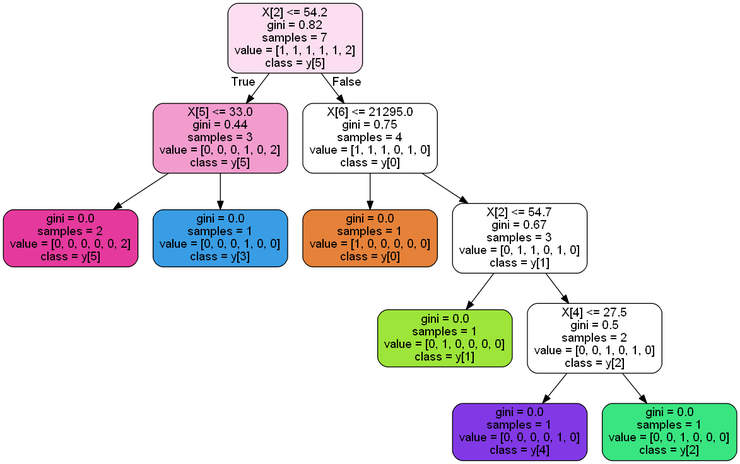
Earlier version of the Graphviz export treerace.png (AndreaDagg/DecisIonCAr). Its source is kept beside it as treerace.dot.
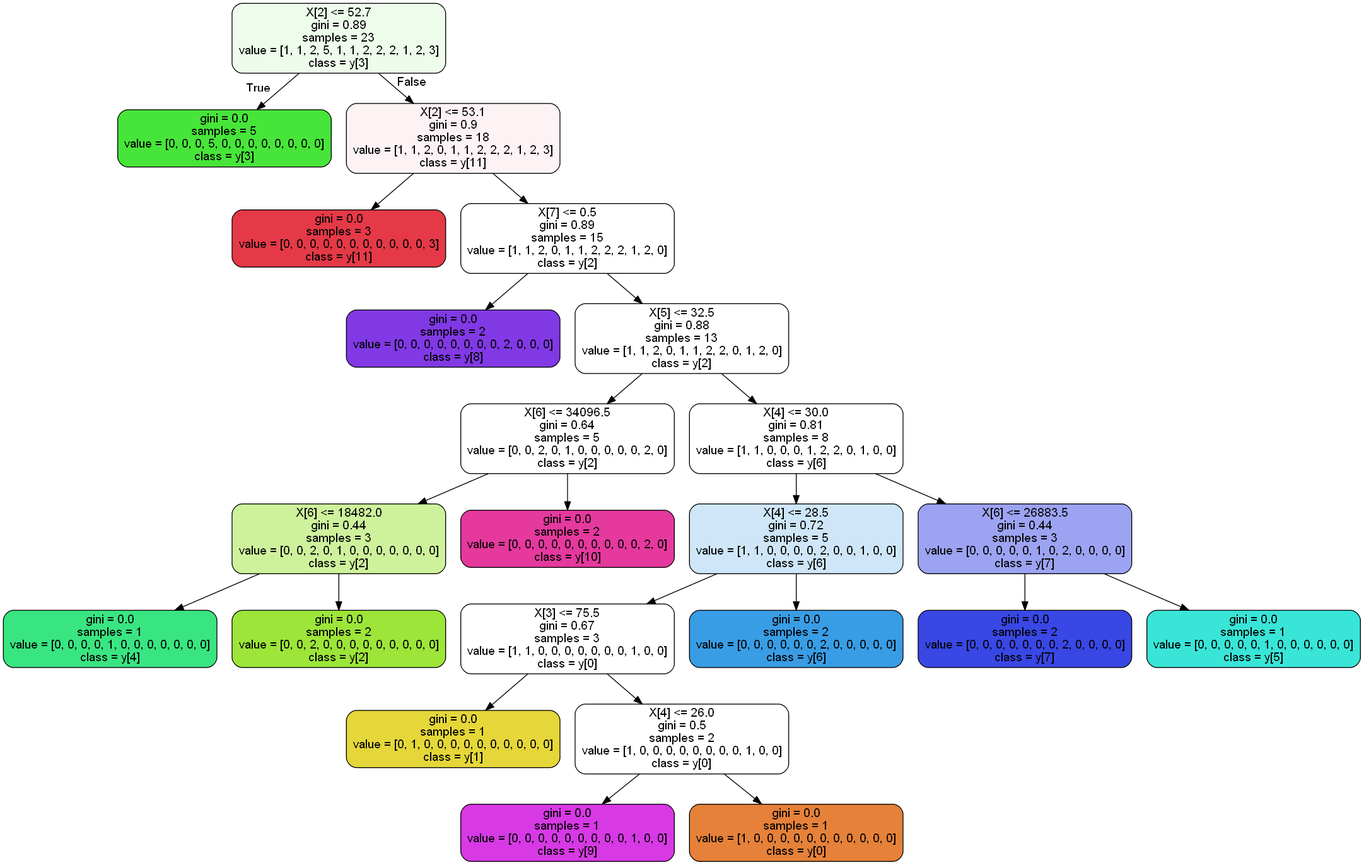
After the commit.

Diff of the diagram source:
```diff
@@ -1,25 +1,49 @@
 digraph Tree {
 node [shape=box, style="filled, rounded", color="black", fontname=helvetica] ;
 edge [fontname=helvetica] ;
-0 [label="X[2] <= 54.2\ngini = 0.82\nsamples = 7\nvalue = [1, 1, 1, 1, 1, 2]\nclass = y[5]", fillcolor="#fbdeef"] ;
-1 [label="X[5] <= 33.0\ngini = 0.44\nsamples = 3\nvalue = [0, 0, 0, 1, 0, 2]\nclass = y[5]", fillcolor="#f29cce"] ;
+0 [label="X[2] <= 52.7\ngini = 0.89\nsamples = 23\nvalue = [1, 1, 2, 5, 1, 1, 2, 2, 2, 1, 2, 3]\nclass = y[3]", fillcolor="#edfceb"] ;
+1 [label="gini = 0.0\nsamples = 5\nvalue = [0, 0, 0, 5, 0, 0, 0, 0, 0, 0, 0, 0]\nclass = y[3]", fillcolor="#47e539"] ;
 0 -> 1 [labeldistance=2.5, labelangle=45, headlabel="True"] ;
-2 [label="gini = 0.0\nsamples = 2\nvalue = [0, 0, 0, 0, 0, 2]\nclass = y[5]", fillcolor="#e5399d"] ;
-1 -> 2 ;
-3 [label="gini = 0.0\nsamples = 1\nvalue = [0, 0, 0, 1, 0, 0]\nclass = y[3]", fillcolor="#399de5"] ;
-1 -> 3 ;
-4 [label="X[6] <= 21295.0\ngini = 0.75\nsamples = 4\nvalue = [1, 1, 1, 0, 1, 0]\nclass = y[0]", fillcolor="#ffffff"] ;
-0 -> 4 [labeldistance=2.5, labelangle=-45, headlabel="False"] ;
-5 [label="gini = 0.0\nsamples = 1\nvalue = [1, 0, 0, 0, 0, 0]\nclass = y[0]", fillcolor="#e58139"] ;
+2 [label="X[2] <= 53.1\ngini = 0.9\nsamples = 18\nvalue = [1, 1, 2, 0, 1, 1, 2, 2, 2, 1, 2, 3]\nclass = y[11]", fillcolor="#fdf3f4"] ;
+0 -> 2 [labeldistance=2.5, labelangle=-45, headlabel="False"] ;
+3 [label="gini = 0.0\nsamples = 3\nvalue = [0, 0, 0, 0, 0, 0, 0, 0, 0, 0, 0, 3]\nclass = y[11]", fillcolor="#e53947"] ;
+2 -> 3 ;
+4 [label="X[7] <= 0.5\ngini = 0.89\nsamples = 15\nvalue = [1, 1, 2, 0, 1, 1, 2, 2, 2, 1, 2, 0]\nclass = y[2]", fillcolor="#ffffff"] ;
+2 -> 4 ;
+5 [label="gini = 0.0\nsamples = 2\nvalue = [0, 0, 0, 0, 0, 0, 0, 0, 2, 0, 0, 0]\nclass = y[8]", fillcolor="#8139e5"] ;
 4 -> 5 ;
-6 [label="X[2] <= 54.7\ngini = 0.67\nsamples = 3\nvalue = [0, 1, 1, 0, 1, 0]\nclass = y[1]", fillcolor="#ffffff"] ;
+6 [label="X[5] <= 32.5\ngini = 0.88\nsamples = 13\nvalue = [1, 1, 2, 0, 1, 1, 2, 2, 0, 1, 2, 0]\nclass = y[2]", fillcolor="#ffffff"] ;
 4 -> 6 ;
-7 [label="gini = 0.0\nsamples = 1\nvalue = [0, 1, 0, 0, 0, 0]\nclass = y[1]", fillcolor="#9de539"] ;
+7 [label="X[6] <= 34096.5\ngini = 0.64\nsamples = 5\nvalue = [0, 0, 2, 0, 1, 0, 0, 0, 0, 0, 2, 0]\nclass = y[2]", fillcolor="#ffffff"] ;
 6 -> 7 ;
-8 [label="X[4] <= 27.5\ngini = 0.5\nsamples = 2\nvalue = [0, 0, 1, 0, 1, 0]\nclass = y[2]", fillcolor="#ffffff"] ;
-6 -> 8 ;
-9 [label="gini = 0.0\nsamples = 1\nvalue = [0, 0, 0, 0, 1, 0]\nclass = y[4]", fillcolor="#8139e5"] ;
+8 [label="X[6] <= 18482.0\ngini = 0.44\nsamples = 3\nvalue = [0, 0, 2, 0, 1, 0, 0, 0, 0, 0, 0, 0]\nclass = y[2]", fillcolor="#cef29c"] ;
+7 -> 8 ;
+9 [label="gini = 0.0\nsamples = 1\nvalue = [0, 0, 0, 0, 1, 0, 0, 0, 0, 0, 0, 0]\nclass = y[4]", fillcolor="#39e581"] ;
 8 -> 9 ;
-10 [label="gini = 0.0\nsamples = 1\nvalue = [0, 0, 1, 0, 0, 0]\nclass = y[2]", fillcolor="#39e581"] ;
+10 [label="gini = 0.0\nsamples = 2\nvalue = [0, 0, 2, 0, 0, 0, 0, 0, 0, 0, 0, 0]\nclass = y[2]", fillcolor="#9de539"] ;
 8 -> 10 ;
+11 [label="gini = 0.0\nsamples = 2\nvalue = [0, 0, 0, 0, 0, 0, 0, 0, 0, 0, 2, 0]\nclass = y[10]", fillcolor="#e5399d"] ;
+7 -> 11 ;
+12 [label="X[4] <= 30.0\ngini = 0.81\nsamples = 8\nvalue = [1, 1, 0, 0, 0, 1, 2, 2, 0, 1, 0, 0]\nclass = y[6]", fillcolor="#ffffff"] ;
+6 -> 12 ;
+13 [label="X[4] <= 28.5\ngini = 0.72\nsamples = 5\nvalue = [1, 1, 0, 0, 0, 0, 2, 0, 0, 1, 0, 0]\nclass = y[6]", fillcolor="#cee6f8"] ;
+12 -> 13 ;
+14 [label="X[3] <= 75.5\ngini = 0.67\nsamples = 3\nvalue = [1, 1, 0, 0, 0, 0, 0, 0, 0, 1, 0, 0]\nclass = y[0]", fillcolor="#ffffff"] ;
+13 -> 14 ;
+15 [label="gini = 0.0\nsamples = 1\nvalue = [0, 1, 0, 0, 0, 0, 0, 0, 0, 0, 0, 0]\nclass = y[1]", fillcolor="#e5d739"] ;
+14 -> 15 ;
+16 [label="X[4] <= 26.0\ngini = 0.5\nsamples = 2\nvalue = [1, 0, 0, 0, 0, 0, 0, 0, 0, 1, 0, 0]\nclass = y[0]", fillcolor="#ffffff"] ;
+14 -> 16 ;
+17 [label="gini = 0.0\nsamples = 1\nvalue = [0, 0, 0, 0, 0, 0, 0, 0, 0, 1, 0, 0]\nclass = y[9]", fillcolor="#d739e5"] ;
+16 -> 17 ;
+18 [label="gini = 0.0\nsamples = 1\nvalue = [1, 0, 0, 0, 0, 0, 0, 0, 0, 0, 0, 0]\nclass = y[0]", fillcolor="#e58139"] ;
+16 -> 18 ;
+19 [label="gini = 0.0\nsamples = 2\nvalue = [0, 0, 0, 0, 0, 0, 2, 0, 0, 0, 0, 0]\nclass = y[6]", fillcolor="#399de5"] ;
+13 -> 19 ;
+20 [label="X[6] <= 26883.5\ngini = 0.44\nsamples = 3\nvalue = [0, 0, 0, 0, 0, 1, 0, 2, 0, 0, 0, 0]\nclass = y[7]", fillcolor="#9ca3f2"] ;
+12 -> 20 ;
+21 [label="gini = 0.0\nsamples = 2\nvalue = [0, 0, 0, 0, 0, 0, 0, 2, 0, 0, 0, 0]\nclass = y[7]", fillcolor="#3947e5"] ;
+20 -> 21 ;
+22 [label="gini = 0.0\nsamples = 1\nvalue = [0, 0, 0, 0, 0, 1, 0, 0, 0, 0, 0, 0]\nclass = y[5]", fillcolor="#39e5d7"] ;
+20 -> 22 ;
 }
```
